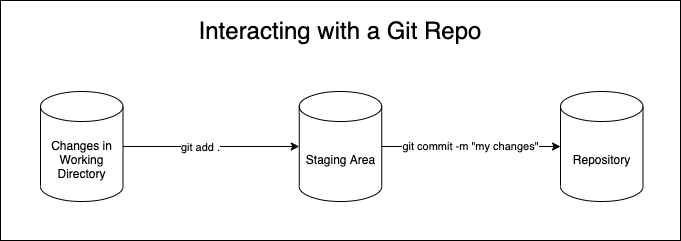
The draw.io diagram assets/git-basics.png in learn-co-students/SENG-LIVE-121321-phase-1, before a commit. Source tidied: cells renumbered, new cells last; positions are measured from the earlier drawing's top-left corner, leaving out a move shared by most shapes. Its diagram source:
```xml
<mxGraphModel>
  <root>
    <mxCell id="0" />
    <mxCell id="1" parent="0" />
    <mxCell id="2" style="rounded=0;whiteSpace=wrap;html=1;" parent="1" vertex="1">
      <mxGeometry width="680" height="240" as="geometry" />
    </mxCell>
    <mxCell id="3" style="edgeStyle=none;html=1;" parent="1" edge="1" source="5" target="7">
      <mxGeometry relative="1" as="geometry" />
    </mxCell>
    <mxCell id="4" value="git add ." style="edgeLabel;html=1;align=center;verticalAlign=middle;" parent="3" vertex="1">
      <mxGeometry x="-0.12" relative="1" as="geometry" />
    </mxCell>
    <mxCell id="5" value="Changes in Working Directory" style="shape=cylinder3;whiteSpace=wrap;html=1;boundedLbl=1;backgroundOutline=1;size=15;" parent="1" vertex="1">
      <mxGeometry x="40" y="91" width="82.5" height="110" as="geometry" />
    </mxCell>
    <mxCell id="6" value="git commit -m &quot;my changes&quot;" style="edgeStyle=none;html=1;" parent="1" edge="1" source="7" target="8">
      <mxGeometry relative="1" as="geometry" />
    </mxCell>
    <mxCell id="7" value="Staging Area" style="shape=cylinder3;whiteSpace=wrap;html=1;boundedLbl=1;backgroundOutline=1;size=15;" parent="1" vertex="1">
      <mxGeometry x="298.8" y="91" width="82.5" height="110" as="geometry" />
    </mxCell>
    <mxCell id="8" value="Repository" style="shape=cylinder3;whiteSpace=wrap;html=1;boundedLbl=1;backgroundOutline=1;size=15;" parent="1" vertex="1">
      <mxGeometry x="560" y="91" width="82.5" height="110" as="geometry" />
    </mxCell>
    <mxCell id="9" value="&lt;span style=&quot;font-size: 24px&quot;&gt;Interacting with a Git Repo&lt;/span&gt;" style="text;html=1;strokeColor=none;fillColor=none;align=center;verticalAlign=middle;whiteSpace=wrap;rounded=0;" parent="1" vertex="1">
      <mxGeometry width="680" height="60" as="geometry" />
    </mxCell>
  </root>
</mxGraphModel>
```
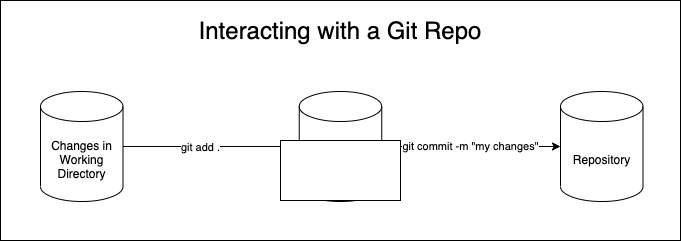
After the commit.

The edit, as a diff of the source:
```diff
@@ -26,5 +26,8 @@
     <mxCell id="9" value="&lt;span style=&quot;font-size: 24px&quot;&gt;Interacting with a Git Repo&lt;/span&gt;" style="text;html=1;strokeColor=none;fillColor=none;align=center;verticalAlign=middle;whiteSpace=wrap;rounded=0;" parent="1" vertex="1">
       <mxGeometry width="680" height="60" as="geometry" />
     </mxCell>
+    <mxCell id="10" style="whiteSpace=wrap;html=1;" parent="1" vertex="1">
+      <mxGeometry x="280" y="140" width="120" height="60" as="geometry" />
+    </mxCell>
   </root>
 </mxGraphModel>
```
